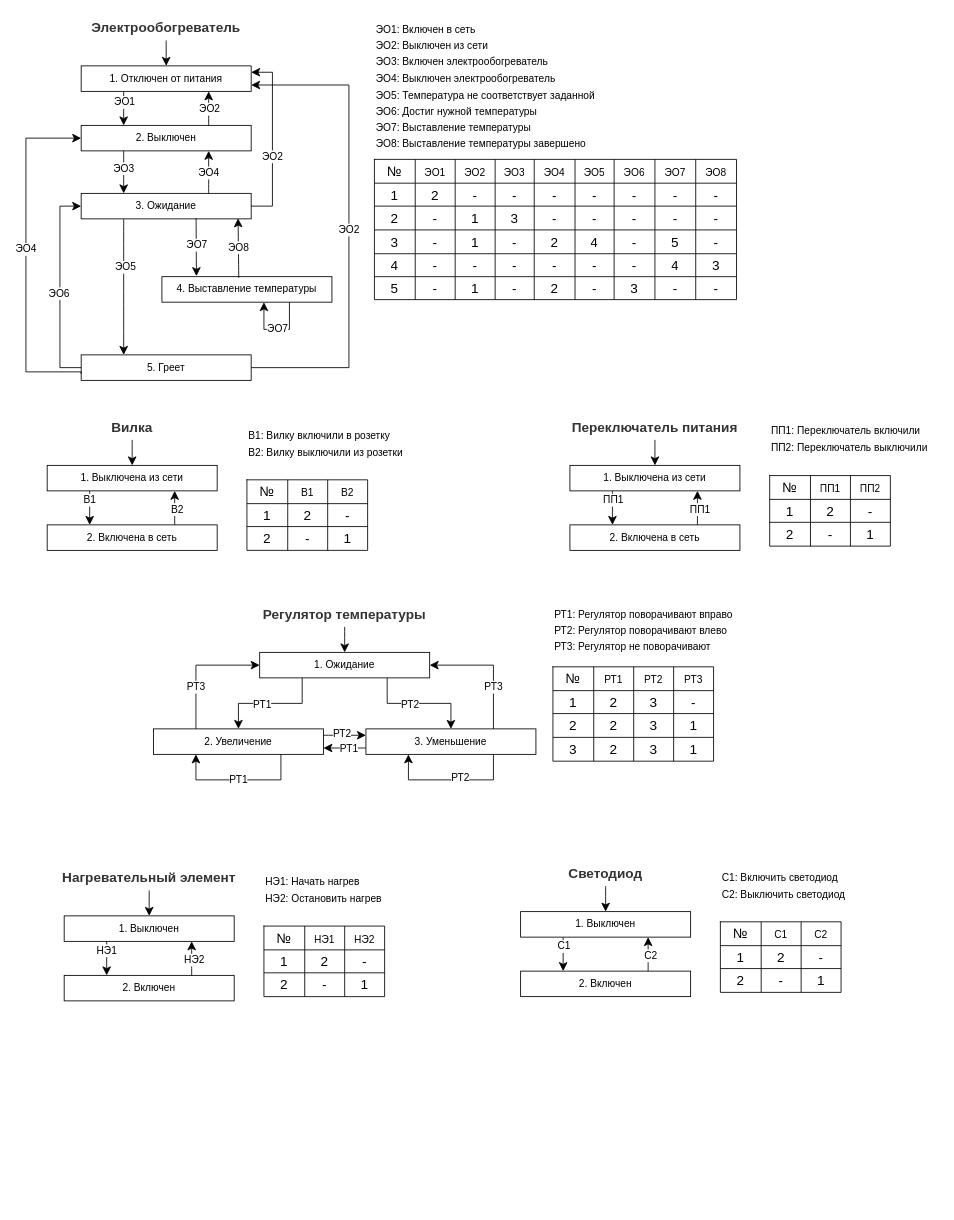
Earlier version of the draw.io diagram page "ДПС + ТПС" (2 of 5) of OOP/lab_05/lab_05.drawio (SerPan23/BMSTU_SEM_4). Source tidied: cells renumbered, new cells numbered last; positions are measured from the earlier drawing's top-left corner, leaving out a move shared by most shapes. Both pictures are drawn from the tidied source at 85%, with x=0, y=0 at pixel (17, 14).
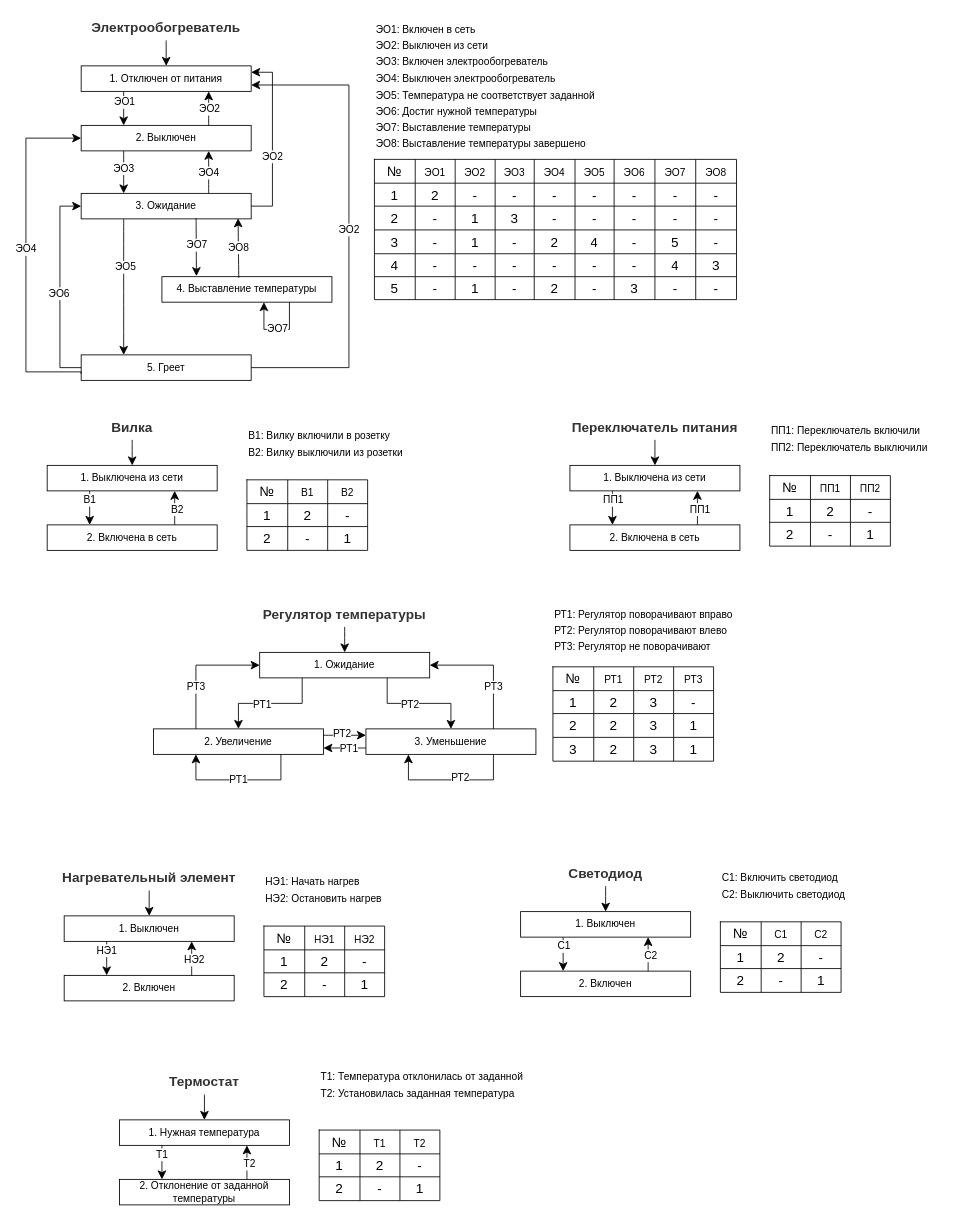
Above is the later version.

Change to the diagram source:
```diff
@@
+    <mxCell id="224" value="&lt;font color=&quot;#333333&quot;&gt;&lt;b&gt;Термостат&lt;/b&gt;&lt;/font&gt;" style="text;html=1;align=center;verticalAlign=middle;whiteSpace=wrap;rounded=0;fontSize=16;" parent="1" vertex="1">
+      <mxGeometry x="100" y="1240" width="240" height="30" as="geometry" />
+    </mxCell>
+    <mxCell id="225" value="1. Нужная температура" style="rounded=0;whiteSpace=wrap;html=1;" parent="1" vertex="1">
+      <mxGeometry x="120" y="1300" width="200" height="30" as="geometry" />
+    </mxCell>
+    <mxCell id="226" value="2. Отклонение от заданной температуры" style="rounded=0;whiteSpace=wrap;html=1;" parent="1" vertex="1">
+      <mxGeometry x="120" y="1370" width="200" height="30" as="geometry" />
+    </mxCell>
+    <mxCell id="227" style="endArrow=classic;html=1;rounded=0;fontSize=12;startSize=8;endSize=8;curved=1;entryX=0.25;entryY=0;entryDx=0;entryDy=0;exitX=0.25;exitY=1;exitDx=0;exitDy=0;" parent="1" edge="1" source="225" target="226">
+      <mxGeometry relative="1" as="geometry" />
+    </mxCell>
+    <mxCell id="228" value="Т1" style="edgeLabel;html=1;align=center;verticalAlign=middle;fontSize=12;" parent="227" vertex="1">
+      <mxGeometry x="-0.49" relative="1" as="geometry" />
+    </mxCell>
+    <mxCell id="229" style="endArrow=classic;html=1;rounded=0;fontSize=12;startSize=8;endSize=8;curved=1;exitX=0.75;exitY=0;exitDx=0;exitDy=0;entryX=0.75;entryY=1;entryDx=0;entryDy=0;" parent="1" edge="1" source="226" target="225">
+      <mxGeometry relative="1" as="geometry" />
+    </mxCell>
+    <mxCell id="230" value="Т2" style="edgeLabel;html=1;align=center;verticalAlign=middle;fontSize=12;" parent="229" vertex="1">
+      <mxGeometry x="-0.06" y="-2" relative="1" as="geometry" />
+    </mxCell>
+    <mxCell id="231" style="endArrow=classic;html=1;rounded=0;fontSize=12;startSize=8;endSize=8;curved=1;entryX=0.5;entryY=0;entryDx=0;entryDy=0;exitX=0.5;exitY=1;exitDx=0;exitDy=0;" parent="1" edge="1" source="224" target="225">
+      <mxGeometry relative="1" as="geometry" />
+    </mxCell>
+    <mxCell id="232" style="shape=table;startSize=0;childLayout=tableLayout;fontSize=16;" parent="1" vertex="1">
+      <mxGeometry x="355" y="1312" width="142" height="83" as="geometry" />
+    </mxCell>
+    <mxCell id="233" style="shape=tableRow;horizontal=0;startSize=0;swimlaneHead=0;swimlaneBody=0;strokeColor=inherit;top=0;left=0;bottom=0;right=0;fillColor=none;fontSize=16;" parent="232" vertex="1">
+      <mxGeometry width="142" height="28" as="geometry" />
+    </mxCell>
+    <mxCell id="234" value="№" style="shape=partialRectangle;html=1;whiteSpace=wrap;strokeColor=inherit;overflow=hidden;fillColor=none;top=0;left=0;bottom=0;right=0;fontSize=16;" parent="233" vertex="1">
+      <mxGeometry width="48" height="28" as="geometry" />
+    </mxCell>
+    <mxCell id="235" value="&lt;span style=&quot;font-size: 12px; text-align: left;&quot;&gt;Т1&lt;/span&gt;" style="shape=partialRectangle;html=1;whiteSpace=wrap;strokeColor=inherit;overflow=hidden;fillColor=none;top=0;left=0;bottom=0;right=0;fontSize=16;" parent="233" vertex="1">
+      <mxGeometry x="48" width="47" height="28" as="geometry" />
+    </mxCell>
+    <mxCell id="236" value="&lt;span style=&quot;font-size: 12px; text-align: left;&quot;&gt;Т2&lt;/span&gt;" style="shape=partialRectangle;html=1;whiteSpace=wrap;strokeColor=inherit;overflow=hidden;fillColor=none;top=0;left=0;bottom=0;right=0;fontSize=16;" parent="233" vertex="1">
+      <mxGeometry x="95" width="47" height="28" as="geometry" />
+    </mxCell>
+    <mxCell id="237" style="shape=tableRow;horizontal=0;startSize=0;swimlaneHead=0;swimlaneBody=0;strokeColor=inherit;top=0;left=0;bottom=0;right=0;fillColor=none;fontSize=16;" parent="232" vertex="1">
+      <mxGeometry y="28" width="142" height="27" as="geometry" />
+    </mxCell>
+    <mxCell id="238" value="1" style="shape=partialRectangle;html=1;whiteSpace=wrap;strokeColor=inherit;overflow=hidden;fillColor=none;top=0;left=0;bottom=0;right=0;fontSize=16;" parent="237" vertex="1">
+      <mxGeometry width="48" height="27" as="geometry" />
+    </mxCell>
+    <mxCell id="239" value="2" style="shape=partialRectangle;html=1;whiteSpace=wrap;strokeColor=inherit;overflow=hidden;fillColor=none;top=0;left=0;bottom=0;right=0;fontSize=16;" parent="237" vertex="1">
+      <mxGeometry x="48" width="47" height="27" as="geometry" />
+    </mxCell>
+    <mxCell id="240" value="-" style="shape=partialRectangle;html=1;whiteSpace=wrap;strokeColor=inherit;overflow=hidden;fillColor=none;top=0;left=0;bottom=0;right=0;fontSize=16;" parent="237" vertex="1">
+      <mxGeometry x="95" width="47" height="27" as="geometry" />
+    </mxCell>
+    <mxCell id="241" style="shape=tableRow;horizontal=0;startSize=0;swimlaneHead=0;swimlaneBody=0;strokeColor=inherit;top=0;left=0;bottom=0;right=0;fillColor=none;fontSize=16;" parent="232" vertex="1">
+      <mxGeometry y="55" width="142" height="28" as="geometry" />
+    </mxCell>
+    <mxCell id="242" value="2" style="shape=partialRectangle;html=1;whiteSpace=wrap;strokeColor=inherit;overflow=hidden;fillColor=none;top=0;left=0;bottom=0;right=0;fontSize=16;" parent="241" vertex="1">
+      <mxGeometry width="48" height="28" as="geometry" />
+    </mxCell>
+    <mxCell id="243" value="-" style="shape=partialRectangle;html=1;whiteSpace=wrap;strokeColor=inherit;overflow=hidden;fillColor=none;top=0;left=0;bottom=0;right=0;fontSize=16;" parent="241" vertex="1">
+      <mxGeometry x="48" width="47" height="28" as="geometry" />
+    </mxCell>
+    <mxCell id="244" value="1" style="shape=partialRectangle;html=1;whiteSpace=wrap;strokeColor=inherit;overflow=hidden;fillColor=none;top=0;left=0;bottom=0;right=0;fontSize=16;" parent="241" vertex="1">
+      <mxGeometry x="95" width="47" height="28" as="geometry" />
+    </mxCell>
+    <mxCell id="245" value="&lt;span style=&quot;font-size: 12px;&quot;&gt;Т1: Температура отклонилась от заданной&lt;/span&gt;&lt;div&gt;&lt;span style=&quot;font-size: 12px;&quot;&gt;Т2: Установилась заданная температура&lt;/span&gt;&lt;/div&gt;" style="text;html=1;align=left;verticalAlign=middle;whiteSpace=wrap;rounded=0;fontSize=16;" parent="1" vertex="1">
+      <mxGeometry x="355" y="1240" width="255" height="35" as="geometry" />
+    </mxCell>
```
